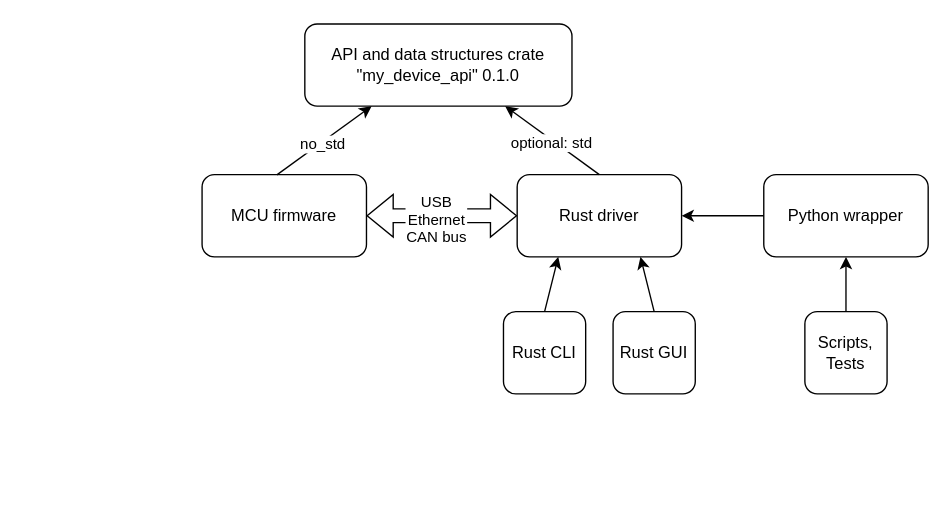
Before: docs/assets/api_crates.drawio in vhrdtech/wire_weaver, a draw.io diagram. Source tidied: cells renumbered, new cells numbered last; positions are measured from the earlier drawing's top-left corner, leaving out a move shared by most shapes. Both pictures are drawn from the tidied source at 137%, with x=0, y=0 at pixel (201, 23).
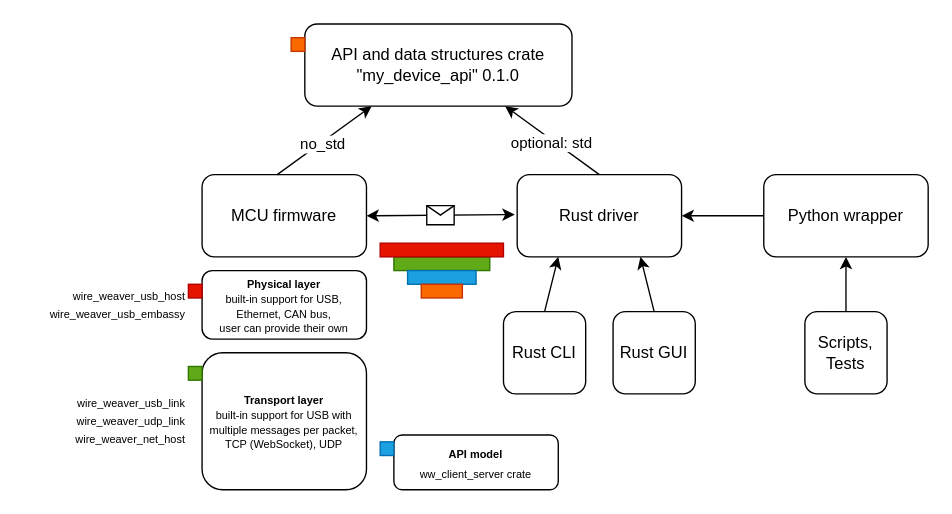
The same page after the edit.

Commit message (it also covers changes not shown here):
doc: update api crates diagram, ShrinkWrap page

Unchanged cells that the change refers to:
```xml
<mxCell id="5" value="MCU firmware" style="rounded=1;whiteSpace=wrap;html=1;" parent="1" vertex="1">
  <mxGeometry y="110" width="120" height="60" as="geometry" />
</mxCell>
<mxCell id="6" value="Rust driver" style="rounded=1;whiteSpace=wrap;html=1;" parent="1" vertex="1">
  <mxGeometry x="230" y="110" width="120" height="60" as="geometry" />
</mxCell>
```

What changed in the source:
```diff
@@
-    <mxCell id="2" value="&lt;div&gt;API and data structures crate&lt;/div&gt;&lt;div&gt;&quot;my_device_api&quot; 0.1.0&lt;/div&gt;" style="rounded=1;whiteSpace=wrap;html=1;" parent="1" vertex="1">
+    <mxCell id="2" value="&lt;div&gt;API and data structures crate&lt;/div&gt;&lt;div&gt;&quot;my_device_api&quot; 0.1.0&lt;/div&gt;" style="rounded=1;whiteSpace=wrap;html=1;strokeColor=light-dark(#000000,#FF9164);" parent="1" vertex="1">
       <mxGeometry x="75" width="195" height="60" as="geometry" />
     </mxCell>
-    <mxCell id="3" style="edgeStyle=orthogonalEdgeStyle;rounded=0;jettySize=auto;html=1;exitX=1;exitY=0.5;exitDx=0;exitDy=0;entryX=0;entryY=0.5;entryDx=0;entryDy=0;shape=flexArrow;startArrow=classic;startFill=1;" parent="1" edge="1" source="5" target="6">
-      <mxGeometry relative="1" as="geometry" />
-    </mxCell>
-    <mxCell id="4" value="&lt;div&gt;USB&lt;/div&gt;&lt;div&gt;Ethernet&lt;/div&gt;&lt;div&gt;CAN bus&lt;/div&gt;" style="edgeLabel;html=1;align=center;verticalAlign=middle;" parent="3" vertex="1">
-      <mxGeometry x="-0.1" y="-2" relative="1" as="geometry" />
-    </mxCell>
@@
+    <mxCell id="19" value="&lt;div style=&quot;line-height: 90%;&quot;&gt;&lt;div&gt;&lt;font style=&quot;font-size: 8px; line-height: 90%;&quot;&gt;&lt;b&gt;Transport layer&lt;/b&gt;&lt;/font&gt;&lt;/div&gt;&lt;div&gt;&lt;font style=&quot;font-size: 8px; line-height: 90%;&quot;&gt;built-in support for USB with multiple messages per packet, TCP (WebSocket), UDP&lt;/font&gt;&lt;/div&gt;&lt;/div&gt;" style="whiteSpace=wrap;html=1;strokeColor=light-dark(#000000,#73B14C);rounded=1;" parent="1" vertex="1">
+      <mxGeometry y="240" width="120" height="100" as="geometry" />
+    </mxCell>
+    <mxCell id="3" style="endArrow=classic;html=1;rounded=0;endFill=1;startArrow=classic;startFill=1;entryX=-0.015;entryY=0.485;entryDx=0;entryDy=0;entryPerimeter=0;exitX=1;exitY=0.5;exitDx=0;exitDy=0;" parent="1" edge="1" source="5" target="6">
+      <mxGeometry relative="1" as="geometry" />
+    </mxCell>
+    <mxCell id="20" style="shape=message;html=1;" parent="3" vertex="1">
+      <mxGeometry width="20" height="14" relative="1" as="geometry">
+        <mxPoint x="-10" y="-7" as="offset" />
+      </mxGeometry>
+    </mxCell>
+    <mxCell id="21" style="rounded=0;whiteSpace=wrap;html=1;fillColor=#60a917;fontColor=#ffffff;strokeColor=#2D7600;" parent="1" vertex="1">
+      <mxGeometry x="140" y="170" width="70" height="10" as="geometry" />
+    </mxCell>
+    <mxCell id="22" style="rounded=0;whiteSpace=wrap;html=1;fillColor=#1ba1e2;fontColor=#ffffff;strokeColor=#006EAF;" parent="1" vertex="1">
+      <mxGeometry x="150" y="180" width="50" height="10" as="geometry" />
+    </mxCell>
+    <mxCell id="23" style="rounded=0;whiteSpace=wrap;html=1;fillColor=#fa6800;fontColor=#000000;strokeColor=#C73500;" parent="1" vertex="1">
+      <mxGeometry x="160" y="190" width="30" height="10" as="geometry" />
+    </mxCell>
+    <mxCell id="24" style="rounded=0;whiteSpace=wrap;html=1;fillColor=light-dark(#E51400,#FF6666);strokeColor=light-dark(#B20000,#FF0000);fontColor=#ffffff;" parent="1" vertex="1">
+      <mxGeometry x="130" y="160" width="90" height="10" as="geometry" />
+    </mxCell>
+    <mxCell id="25" value="&lt;div style=&quot;line-height: 90%;&quot;&gt;&lt;div&gt;&lt;font style=&quot;font-size: 8px; line-height: 90%;&quot;&gt;&lt;b&gt;Physical layer&lt;/b&gt;&lt;/font&gt;&lt;/div&gt;&lt;div&gt;&lt;font style=&quot;font-size: 8px; line-height: 90%;&quot;&gt;built-in support for USB, Ethernet, CAN bus,&lt;/font&gt;&lt;/div&gt;&lt;div&gt;&lt;font style=&quot;font-size: 8px; line-height: 90%;&quot;&gt;user can provide their own&lt;/font&gt;&lt;/div&gt;&lt;/div&gt;" style="whiteSpace=wrap;html=1;strokeColor=light-dark(#000000,#FF0000);rounded=1;" parent="1" vertex="1">
+      <mxGeometry y="180" width="120" height="50" as="geometry" />
+    </mxCell>
+    <mxCell id="26" value="&lt;div&gt;&lt;font style=&quot;font-size: 8px;&quot;&gt;&lt;b&gt;API model&lt;/b&gt;&lt;/font&gt;&lt;/div&gt;&lt;div&gt;&lt;font style=&quot;font-size: 8px;&quot;&gt;ww_client_server crate&lt;/font&gt;&lt;/div&gt;" style="whiteSpace=wrap;html=1;strokeColor=light-dark(#000000,#51AFE7);rounded=1;" parent="1" vertex="1">
+      <mxGeometry x="140" y="300" width="120" height="40" as="geometry" />
+    </mxCell>
+    <mxCell id="27" value="&lt;div style=&quot;line-height: 90%;&quot; align=&quot;right&quot;&gt;&lt;div&gt;&lt;font style=&quot;font-size: 8px;&quot;&gt;wire_weaver_usb_host&lt;/font&gt;&lt;/div&gt;&lt;div&gt;&lt;font style=&quot;font-size: 8px;&quot;&gt;wire_weaver_usb_embassy&lt;/font&gt;&lt;/div&gt;&lt;/div&gt;" style="whiteSpace=wrap;html=1;strokeColor=none;align=right;" parent="1" vertex="1">
+      <mxGeometry x="-130" y="180" width="120" height="50" as="geometry" />
+    </mxCell>
+    <mxCell id="28" value="&lt;div style=&quot;line-height: 90%;&quot; align=&quot;right&quot;&gt;&lt;div&gt;&lt;font style=&quot;font-size: 8px;&quot;&gt;wire_weaver_usb_link&lt;/font&gt;&lt;/div&gt;&lt;div&gt;&lt;font style=&quot;font-size: 8px;&quot;&gt;wire_weaver_udp_link&lt;/font&gt;&lt;/div&gt;&lt;div&gt;&lt;font style=&quot;font-size: 8px;&quot;&gt;wire_weaver_net_host&lt;/font&gt;&lt;/div&gt;&lt;/div&gt;" style="whiteSpace=wrap;html=1;strokeColor=none;align=right;" parent="1" vertex="1">
+      <mxGeometry x="-130" y="265" width="120" height="50" as="geometry" />
+    </mxCell>
+    <mxCell id="29" style="rounded=0;whiteSpace=wrap;html=1;fillColor=light-dark(#E51400,#FF6666);strokeColor=light-dark(#B20000,#FF0000);fontColor=#ffffff;" parent="1" vertex="1">
+      <mxGeometry x="-10" y="190" width="10" height="10" as="geometry" />
+    </mxCell>
+    <mxCell id="30" style="rounded=0;whiteSpace=wrap;html=1;fillColor=#60a917;fontColor=#ffffff;strokeColor=#2D7600;" parent="1" vertex="1">
+      <mxGeometry x="-10" y="250" width="10" height="10" as="geometry" />
+    </mxCell>
+    <mxCell id="31" style="rounded=0;whiteSpace=wrap;html=1;fillColor=#1ba1e2;fontColor=#ffffff;strokeColor=#006EAF;" parent="1" vertex="1">
+      <mxGeometry x="130" y="305" width="10" height="10" as="geometry" />
+    </mxCell>
+    <mxCell id="32" style="rounded=0;whiteSpace=wrap;html=1;fillColor=#fa6800;fontColor=#000000;strokeColor=#C73500;" parent="1" vertex="1">
+      <mxGeometry x="65" y="10" width="10" height="10" as="geometry" />
+    </mxCell>
```
